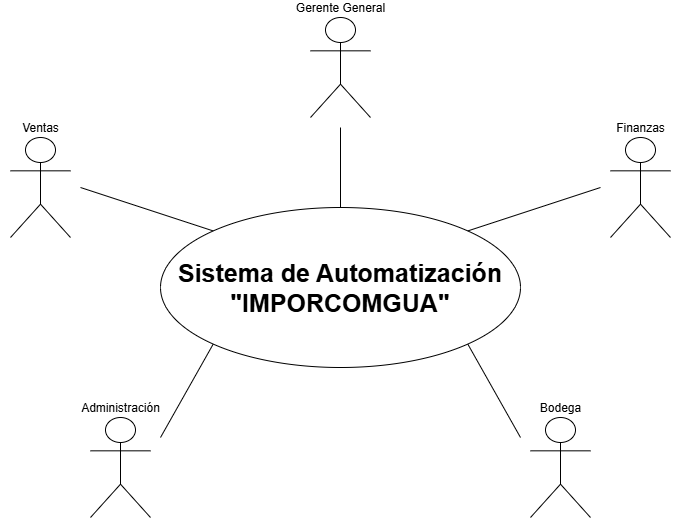
This is docs/assets/cdu/CDU-ALTO-NIVEL.png from LuisCif-20/AYD2_V1S2025_PROYECTO_G9, a draw.io export, as it was before one commit. Source tidied: cells renumbered, new cells last; positions are measured from the earlier drawing's top-left corner, leaving out a move shared by most shapes.
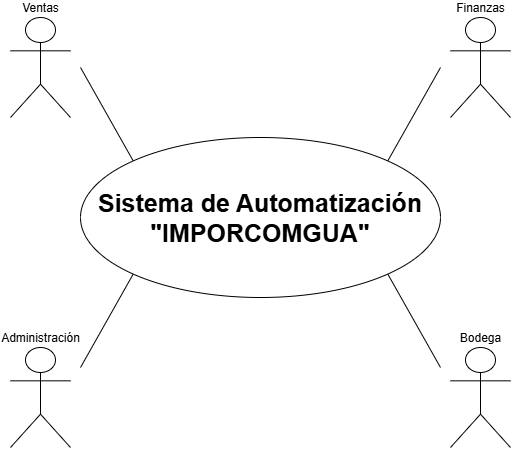
The same file after the commit.

What changed in the source:
```diff
@@ -5,50 +5,41 @@
     <mxCell id="2" value="Sistema de Automatización &quot;IMPORCOMGUA&quot;" style="ellipse;whiteSpace=wrap;html=1;fontSize=25;fontStyle=1;" parent="1" vertex="1">
       <mxGeometry x="160" y="200" width="360" height="160" as="geometry" />
     </mxCell>
-    <mxCell id="3" style="endArrow=none;html=1;rounded=0;exitX=0.5;exitY=0;exitDx=0;exitDy=0;entryX=0.5;entryY=1;entryDx=0;entryDy=0;" parent="1" edge="1" source="2" target="4">
-      <mxGeometry relative="1" as="geometry" />
+    <mxCell id="3" style="rounded=0;whiteSpace=wrap;html=1;fillColor=none;strokeColor=none;" parent="1" vertex="1">
+      <mxGeometry x="80" y="70" width="80" height="120" as="geometry" />
     </mxCell>
-    <mxCell id="4" style="rounded=0;whiteSpace=wrap;html=1;fillColor=none;strokeColor=none;" parent="1" vertex="1">
-      <mxGeometry x="300" width="80" height="120" as="geometry" />
+    <mxCell id="4" value="Ventas" style="shape=umlActor;verticalLabelPosition=top;verticalAlign=bottom;html=1;labelPosition=center;align=center;" parent="1" vertex="1">
+      <mxGeometry x="90" y="80" width="60" height="100" as="geometry" />
     </mxCell>
-    <mxCell id="5" value="Gerente General" style="shape=umlActor;verticalLabelPosition=top;verticalAlign=bottom;html=1;labelPosition=center;align=center;" parent="1" vertex="1">
-      <mxGeometry x="310" y="10" width="60" height="100" as="geometry" />
+    <mxCell id="5" style="endArrow=none;html=1;rounded=0;exitX=0;exitY=0;exitDx=0;exitDy=0;entryX=1;entryY=0.5;entryDx=0;entryDy=0;" parent="1" edge="1" source="2" target="3">
+      <mxGeometry relative="1" as="geometry" />
     </mxCell>
     <mxCell id="6" style="rounded=0;whiteSpace=wrap;html=1;fillColor=none;strokeColor=none;" parent="1" vertex="1">
-      <mxGeometry y="120" width="80" height="120" as="geometry" />
+      <mxGeometry x="520" y="70" width="80" height="120" as="geometry" />
     </mxCell>
-    <mxCell id="7" value="Ventas" style="shape=umlActor;verticalLabelPosition=top;verticalAlign=bottom;html=1;labelPosition=center;align=center;" parent="1" vertex="1">
-      <mxGeometry x="10" y="130" width="60" height="100" as="geometry" />
+    <mxCell id="7" value="Finanzas" style="shape=umlActor;verticalLabelPosition=top;verticalAlign=bottom;html=1;labelPosition=center;align=center;" parent="1" vertex="1">
+      <mxGeometry x="530" y="80" width="60" height="100" as="geometry" />
     </mxCell>
-    <mxCell id="8" style="endArrow=none;html=1;rounded=0;exitX=0;exitY=0;exitDx=0;exitDy=0;entryX=1;entryY=0.5;entryDx=0;entryDy=0;" parent="1" edge="1" source="2" target="6">
+    <mxCell id="8" style="endArrow=none;html=1;rounded=0;exitX=0;exitY=0.5;exitDx=0;exitDy=0;entryX=1;entryY=0;entryDx=0;entryDy=0;" parent="1" edge="1" source="6" target="2">
       <mxGeometry relative="1" as="geometry" />
     </mxCell>
     <mxCell id="9" style="rounded=0;whiteSpace=wrap;html=1;fillColor=none;strokeColor=none;" parent="1" vertex="1">
-      <mxGeometry x="600" y="120" width="80" height="120" as="geometry" />
+      <mxGeometry x="80" y="400" width="80" height="120" as="geometry" />
     </mxCell>
-    <mxCell id="10" value="Finanzas" style="shape=umlActor;verticalLabelPosition=top;verticalAlign=bottom;html=1;labelPosition=center;align=center;" parent="1" vertex="1">
-      <mxGeometry x="610" y="130" width="60" height="100" as="geometry" />
+    <mxCell id="10" value="Administración" style="shape=umlActor;verticalLabelPosition=top;verticalAlign=bottom;html=1;labelPosition=center;align=center;" parent="1" vertex="1">
+      <mxGeometry x="90" y="410" width="60" height="100" as="geometry" />
     </mxCell>
-    <mxCell id="11" style="endArrow=none;html=1;rounded=0;exitX=0;exitY=0.5;exitDx=0;exitDy=0;entryX=1;entryY=0;entryDx=0;entryDy=0;" parent="1" edge="1" source="9" target="2">
+    <mxCell id="11" style="endArrow=none;html=1;rounded=0;exitX=0;exitY=1;exitDx=0;exitDy=0;entryX=1;entryY=0.25;entryDx=0;entryDy=0;" parent="1" edge="1" source="2" target="9">
       <mxGeometry relative="1" as="geometry" />
     </mxCell>
     <mxCell id="12" style="rounded=0;whiteSpace=wrap;html=1;fillColor=none;strokeColor=none;" parent="1" vertex="1">
-      <mxGeometry x="80" y="400" width="80" height="120" as="geometry" />
+      <mxGeometry x="520" y="400" width="80" height="120" as="geometry" />
     </mxCell>
-    <mxCell id="13" value="Administración" style="shape=umlActor;verticalLabelPosition=top;verticalAlign=bottom;html=1;labelPosition=center;align=center;" parent="1" vertex="1">
-      <mxGeometry x="90" y="410" width="60" height="100" as="geometry" />
+    <mxCell id="13" value="Bodega" style="shape=umlActor;verticalLabelPosition=top;verticalAlign=bottom;html=1;labelPosition=center;align=center;" parent="1" vertex="1">
+      <mxGeometry x="530" y="410" width="60" height="100" as="geometry" />
     </mxCell>
-    <mxCell id="14" style="endArrow=none;html=1;rounded=0;exitX=0;exitY=1;exitDx=0;exitDy=0;entryX=1;entryY=0.25;entryDx=0;entryDy=0;" parent="1" edge="1" source="2" target="12">
+    <mxCell id="14" style="endArrow=none;html=1;rounded=0;exitX=1;exitY=1;exitDx=0;exitDy=0;entryX=0;entryY=0.25;entryDx=0;entryDy=0;" parent="1" edge="1" source="2" target="12">
       <mxGeometry relative="1" as="geometry" />
     </mxCell>
-    <mxCell id="15" style="rounded=0;whiteSpace=wrap;html=1;fillColor=none;strokeColor=none;" parent="1" vertex="1">
-      <mxGeometry x="520" y="400" width="80" height="120" as="geometry" />
-    </mxCell>
-    <mxCell id="16" value="Bodega" style="shape=umlActor;verticalLabelPosition=top;verticalAlign=bottom;html=1;labelPosition=center;align=center;" parent="1" vertex="1">
-      <mxGeometry x="530" y="410" width="60" height="100" as="geometry" />
-    </mxCell>
-    <mxCell id="17" style="endArrow=none;html=1;rounded=0;exitX=1;exitY=1;exitDx=0;exitDy=0;entryX=0;entryY=0.25;entryDx=0;entryDy=0;" parent="1" edge="1" source="2" target="15">
-      <mxGeometry relative="1" as="geometry" />
-    </mxCell>
   </root>
 </mxGraphModel>
```
